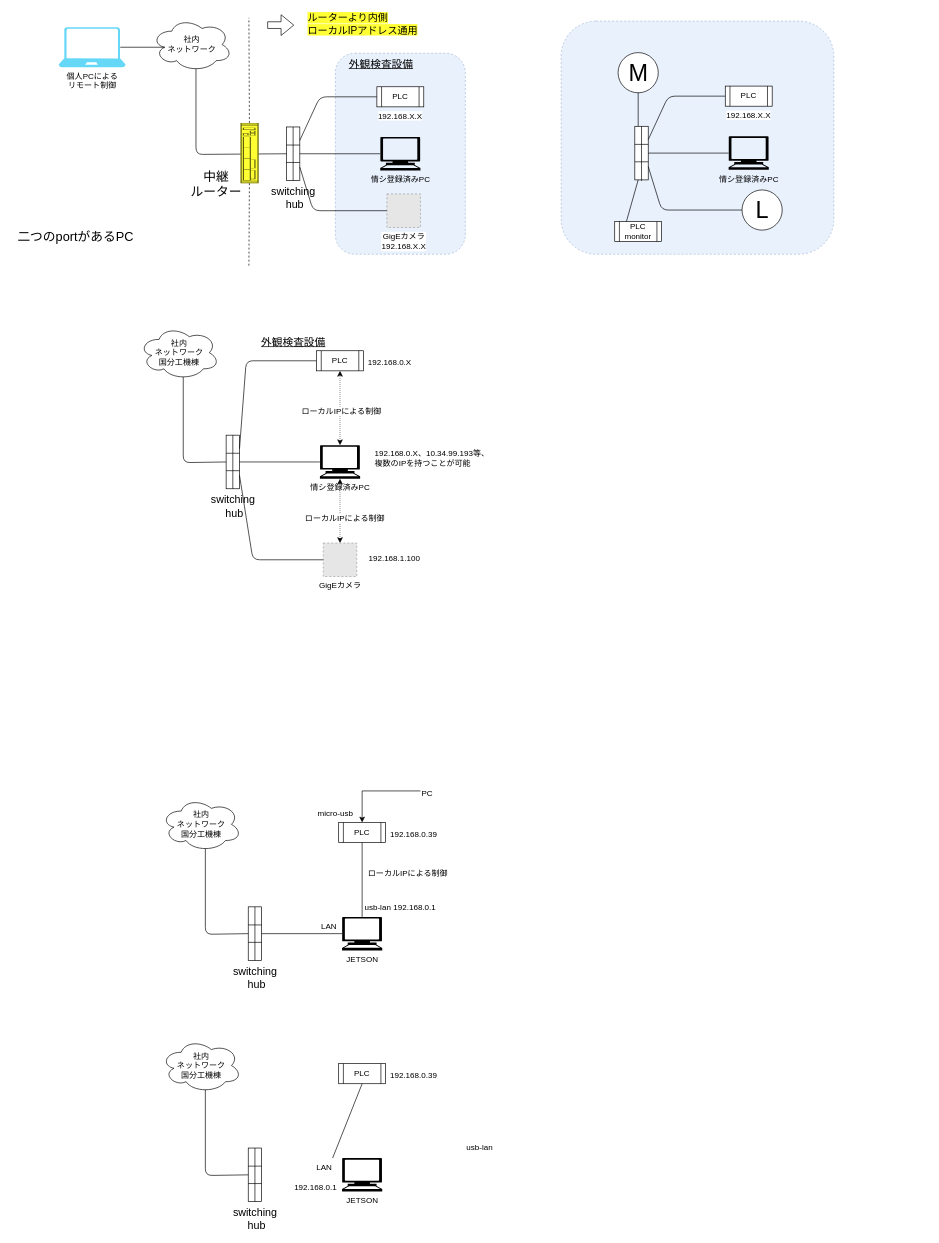
Before: images/net.drawio in Flamingo-G/hello-world, a draw.io diagram. Source tidied: cells renumbered, new cells numbered last; positions are measured from the earlier drawing's top-left corner, leaving out a move shared by most shapes. Both pictures are drawn from the tidied source at 67%, with x=0, y=0 at pixel (11, 13). Pictures stored in the file or linked from it are replaced by grey dashed boxes.
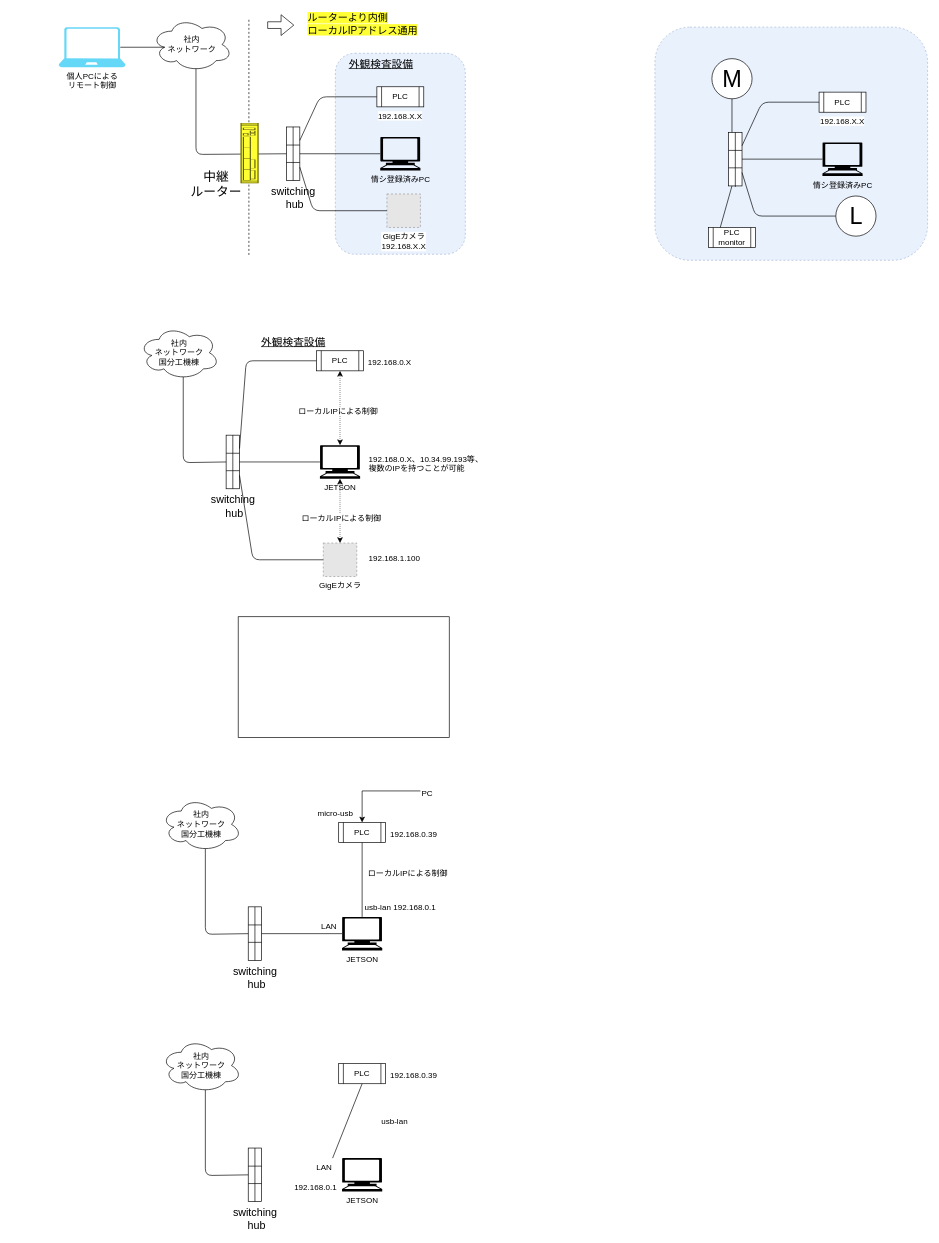
The same page after the edit.

Commit message:
net.drawio を更新します

The change refers to these unchanged cells:
```xml
<mxCell id="88" style="shape=mxgraph.rack.cisco.cisco_2901_integrated_services_router;html=1;labelPosition=right;align=left;spacingLeft=15;dashed=0;shadow=0;rotation=-90;fillColor=#FFFF33;" parent="1" vertex="1">
  <mxGeometry x="310" y="194.5" width="90" height="27" as="geometry" />
</mxCell>
```

Diff of the diagram source:
```diff
@@
-    <mxCell id="21" style="endArrow=none;dashed=1;html=1;" parent="1" edge="1" source="88">
+    <mxCell id="21" style="endArrow=none;dashed=1;html=1;" parent="1" edge="1">
       <mxGeometry relative="1" as="geometry">
+        <mxPoint x="354" y="360" as="sourcePoint" />
         <mxPoint x="354" y="6" as="targetPoint" />
       </mxGeometry>
     </mxCell>
@@
-    <mxCell id="23" value="情シ登録済みPC" style="shape=mxgraph.signs.tech.computer;html=1;fillColor=#000000;strokeColor=none;verticalLabelPosition=bottom;verticalAlign=top;align=center;" parent="1" vertex="1">
+    <mxCell id="23" value="JETSON" style="shape=mxgraph.signs.tech.computer;html=1;fillColor=#000000;strokeColor=none;verticalLabelPosition=bottom;verticalAlign=top;align=center;" parent="1" vertex="1">
       <mxGeometry x="460" y="644" width="60" height="50" as="geometry" />
     </mxCell>
@@
     <mxCell id="37" value="&lt;span style=&quot;color: rgb(0 , 0 , 0) ; font-family: &amp;#34;helvetica&amp;#34; ; font-size: 12px ; font-style: normal ; font-weight: 400 ; letter-spacing: normal ; text-align: center ; text-indent: 0px ; text-transform: none ; word-spacing: 0px ; background-color: rgb(255 , 255 , 255) ; display: inline ; float: none&quot;&gt;192.168.0.X、10.34.99.193等、複数のIPを持つことが可能&lt;br&gt;&lt;/span&gt;" style="text;whiteSpace=wrap;html=1;" parent="1" vertex="1">
-      <mxGeometry x="540" y="643" width="184" height="36" as="geometry" />
+      <mxGeometry x="531" y="651" width="184" height="36" as="geometry" />
     </mxCell>
@@
     <mxCell id="40" value="&lt;span style=&quot;color: rgb(0 , 0 , 0) ; font-family: &amp;#34;helvetica&amp;#34; ; font-size: 12px ; font-style: normal ; font-weight: 400 ; letter-spacing: normal ; text-align: center ; text-indent: 0px ; text-transform: none ; word-spacing: 0px ; background-color: rgb(255 , 255 , 255) ; display: inline ; float: none&quot;&gt;ローカルIPによる制御&lt;br&gt;&lt;/span&gt;" style="text;whiteSpace=wrap;html=1;" parent="1" vertex="1">
-      <mxGeometry x="431" y="580" width="184" height="36" as="geometry" />
+      <mxGeometry x="425.5" y="580" width="129" height="20" as="geometry" />
     </mxCell>
     <mxCell id="41" value="&lt;span style=&quot;color: rgb(0 , 0 , 0) ; font-family: &amp;#34;helvetica&amp;#34; ; font-size: 12px ; font-style: normal ; font-weight: 400 ; letter-spacing: normal ; text-align: center ; text-indent: 0px ; text-transform: none ; word-spacing: 0px ; background-color: rgb(255 , 255 , 255) ; display: inline ; float: none&quot;&gt;ローカルIPによる制御&lt;br&gt;&lt;/span&gt;" style="text;whiteSpace=wrap;html=1;" parent="1" vertex="1">
-      <mxGeometry x="436" y="740" width="184" height="36" as="geometry" />
+      <mxGeometry x="430.5" y="740" width="124" height="30" as="geometry" />
     </mxCell>
@@
     <mxCell id="70" value="&lt;span style=&quot;color: rgb(0 , 0 , 0) ; font-family: &amp;#34;helvetica&amp;#34; ; font-size: 12px ; font-style: normal ; font-weight: 400 ; letter-spacing: normal ; text-align: center ; text-indent: 0px ; text-transform: none ; word-spacing: 0px ; background-color: rgb(255 , 255 , 255) ; display: inline ; float: none&quot;&gt;usb-lan&lt;br&gt;&lt;/span&gt;" style="text;whiteSpace=wrap;html=1;" parent="1" vertex="1">
-      <mxGeometry x="677" y="1678" width="65" height="30" as="geometry" />
+      <mxGeometry x="550" y="1640" width="65" height="30" as="geometry" />
     </mxCell>
@@
-    <mxCell id="72" value="&lt;span style=&quot;font-size: 19px&quot;&gt;二つのportがあるPC&lt;br&gt;&lt;/span&gt;" style="text;html=1;align=center;verticalAlign=middle;" parent="1" vertex="1">
-      <mxGeometry y="323" width="190" height="20" as="geometry" />
-    </mxCell>
     <mxCell id="73" style="rounded=1;whiteSpace=wrap;html=1;dashed=1;labelBackgroundColor=none;fillColor=#dae8fc;strokeColor=#6c8ebf;opacity=60;" parent="1" vertex="1">
-      <mxGeometry x="820" y="11" width="407" height="348" as="geometry" />
+      <mxGeometry x="960" y="20" width="407" height="348" as="geometry" />
     </mxCell>
     <mxCell id="74" value="情シ登録済みPC" style="shape=mxgraph.signs.tech.computer;html=1;fillColor=#000000;strokeColor=none;verticalLabelPosition=bottom;verticalAlign=top;align=center;" parent="1" vertex="1">
-      <mxGeometry x="1070" y="183" width="60" height="50" as="geometry" />
+      <mxGeometry x="1210" y="192" width="60" height="50" as="geometry" />
     </mxCell>
     <mxCell id="75" style="shape=process;whiteSpace=wrap;html=1;backgroundOutline=1;size=0.3333333333333333;rotation=90;fillColor=#FFFFFF;" parent="1" vertex="1">
-      <mxGeometry x="900" y="198" width="80" height="20" as="geometry" />
+      <mxGeometry x="1040" y="207" width="80" height="20" as="geometry" />
     </mxCell>
     <mxCell id="76" style="endArrow=none;html=1;entryX=0;entryY=0.5;entryDx=0;entryDy=0;exitX=0.25;exitY=0;exitDx=0;exitDy=0;" parent="1" edge="1" source="75" target="80">
       <mxGeometry relative="1" as="geometry">
         <Array as="points">
-          <mxPoint x="980" y="123" />
+          <mxPoint x="1120" y="132" />
         </Array>
       </mxGeometry>
     </mxCell>
     <mxCell id="77" style="endArrow=none;html=1;entryX=0;entryY=0.5;entryDx=0;entryDy=0;exitX=0.75;exitY=0;exitDx=0;exitDy=0;" parent="1" edge="1" source="75" target="87">
       <mxGeometry relative="1" as="geometry">
         <Array as="points">
-          <mxPoint x="970" y="293" />
+          <mxPoint x="1110" y="302" />
         </Array>
       </mxGeometry>
     </mxCell>
@@
     <mxCell id="79" style="endArrow=none;html=1;entryX=0;entryY=0.5;entryDx=0;entryDy=0;exitX=1;exitY=0.5;exitDx=0;exitDy=0;" parent="1" edge="1" target="75">
       <mxGeometry relative="1" as="geometry">
-        <mxPoint x="940" y="249.5" as="sourcePoint" />
+        <mxPoint x="1080" y="258.5" as="sourcePoint" />
       </mxGeometry>
     </mxCell>
     <mxCell id="80" value="PLC" style="shape=process;whiteSpace=wrap;html=1;backgroundOutline=1;" parent="1" vertex="1">
-      <mxGeometry x="1065" y="108" width="70" height="30" as="geometry" />
+      <mxGeometry x="1205" y="117" width="70" height="30" as="geometry" />
     </mxCell>
     <mxCell id="81" value="&lt;span style=&quot;color: rgb(0 , 0 , 0) ; font-family: &amp;#34;helvetica&amp;#34; ; font-size: 12px ; font-style: normal ; font-weight: 400 ; letter-spacing: normal ; text-align: center ; text-indent: 0px ; text-transform: none ; word-spacing: 0px ; background-color: rgb(255 , 255 , 255) ; display: inline ; float: none&quot;&gt;192.168.X.X&lt;/span&gt;" style="text;whiteSpace=wrap;html=1;" parent="1" vertex="1">
-      <mxGeometry x="1065" y="138" width="90" height="20" as="geometry" />
+      <mxGeometry x="1205" y="147" width="90" height="20" as="geometry" />
     </mxCell>
@@
     <mxCell id="83" value="M" style="verticalLabelPosition=middle;shadow=0;dashed=0;align=center;html=1;verticalAlign=middle;strokeWidth=1;shape=ellipse;fontSize=35;" parent="1" vertex="1">
-      <mxGeometry x="905" y="58" width="60" height="60" as="geometry" />
+      <mxGeometry x="1045" y="67" width="60" height="60" as="geometry" />
     </mxCell>
@@
     <mxCell id="85" value="PLC&lt;br&gt;monitor" style="shape=process;whiteSpace=wrap;html=1;backgroundOutline=1;" parent="1" vertex="1">
-      <mxGeometry x="900" y="310" width="70" height="30" as="geometry" />
+      <mxGeometry x="1040" y="319" width="70" height="30" as="geometry" />
     </mxCell>
@@
     <mxCell id="87" value="L" style="verticalLabelPosition=middle;shadow=0;dashed=0;align=center;html=1;verticalAlign=middle;strokeWidth=1;shape=ellipse;fontSize=35;" parent="1" vertex="1">
-      <mxGeometry x="1090" y="263" width="60" height="60" as="geometry" />
+      <mxGeometry x="1230" y="272" width="60" height="60" as="geometry" />
     </mxCell>
@@
-    <mxCell id="89" style="endArrow=none;dashed=1;html=1;" parent="1" edge="1" target="88">
-      <mxGeometry relative="1" as="geometry">
-        <mxPoint x="354" y="376" as="sourcePoint" />
-      </mxGeometry>
-    </mxCell>
+    <mxCell id="90" style="rounded=0;whiteSpace=wrap;html=1;" parent="1" vertex="1">
+      <mxGeometry x="338" y="900" width="315" height="180" as="geometry" />
+    </mxCell>
```
